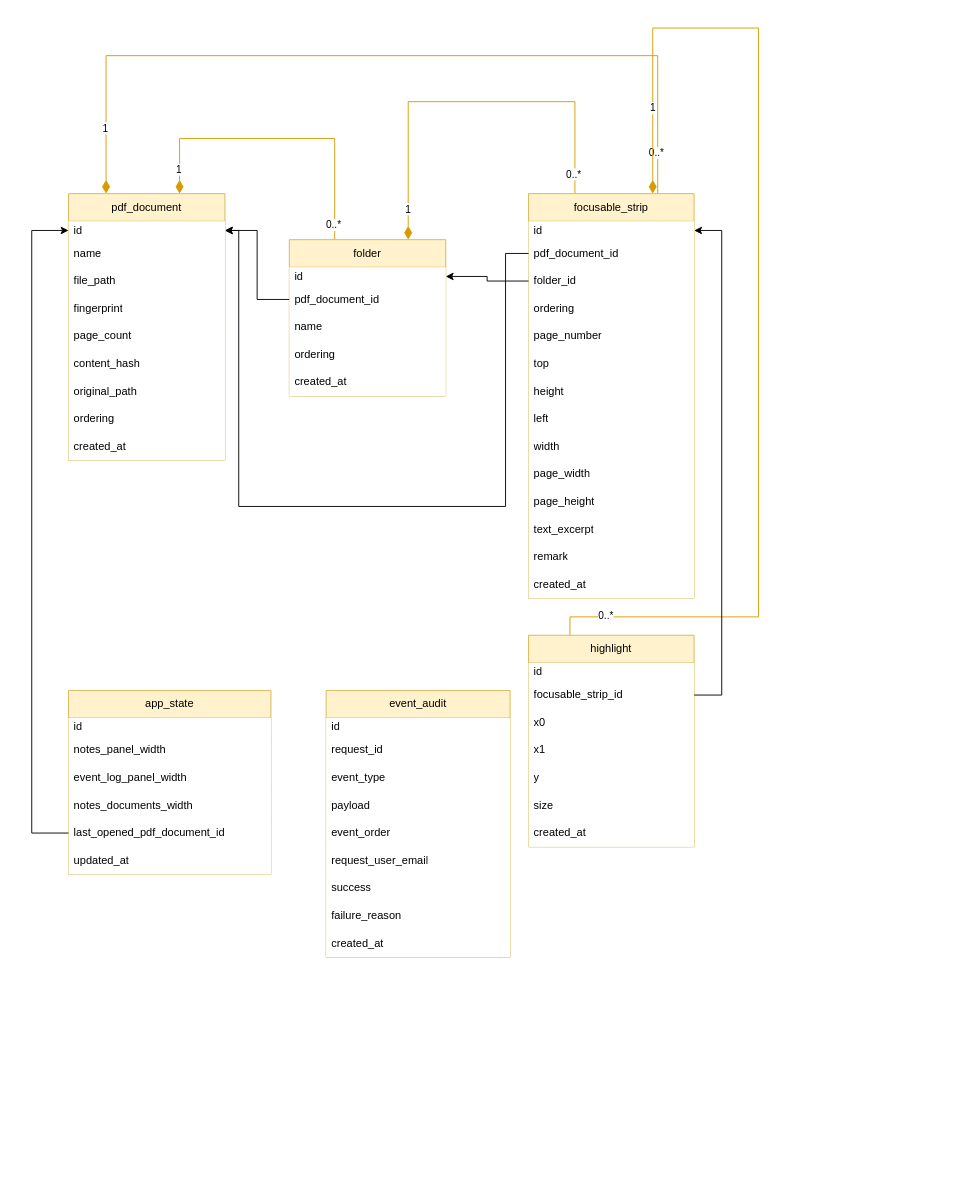
Before: backend/prisma/draw.io/schema.drawio in machingclee/focusable-pdf-reader, a draw.io diagram. Source tidied: cells renumbered, new cells numbered last; positions are measured from the earlier drawing's top-left corner, leaving out a move shared by most shapes. Both pictures are drawn from the tidied source at 92%, with x=0, y=0 at pixel (31, 28).
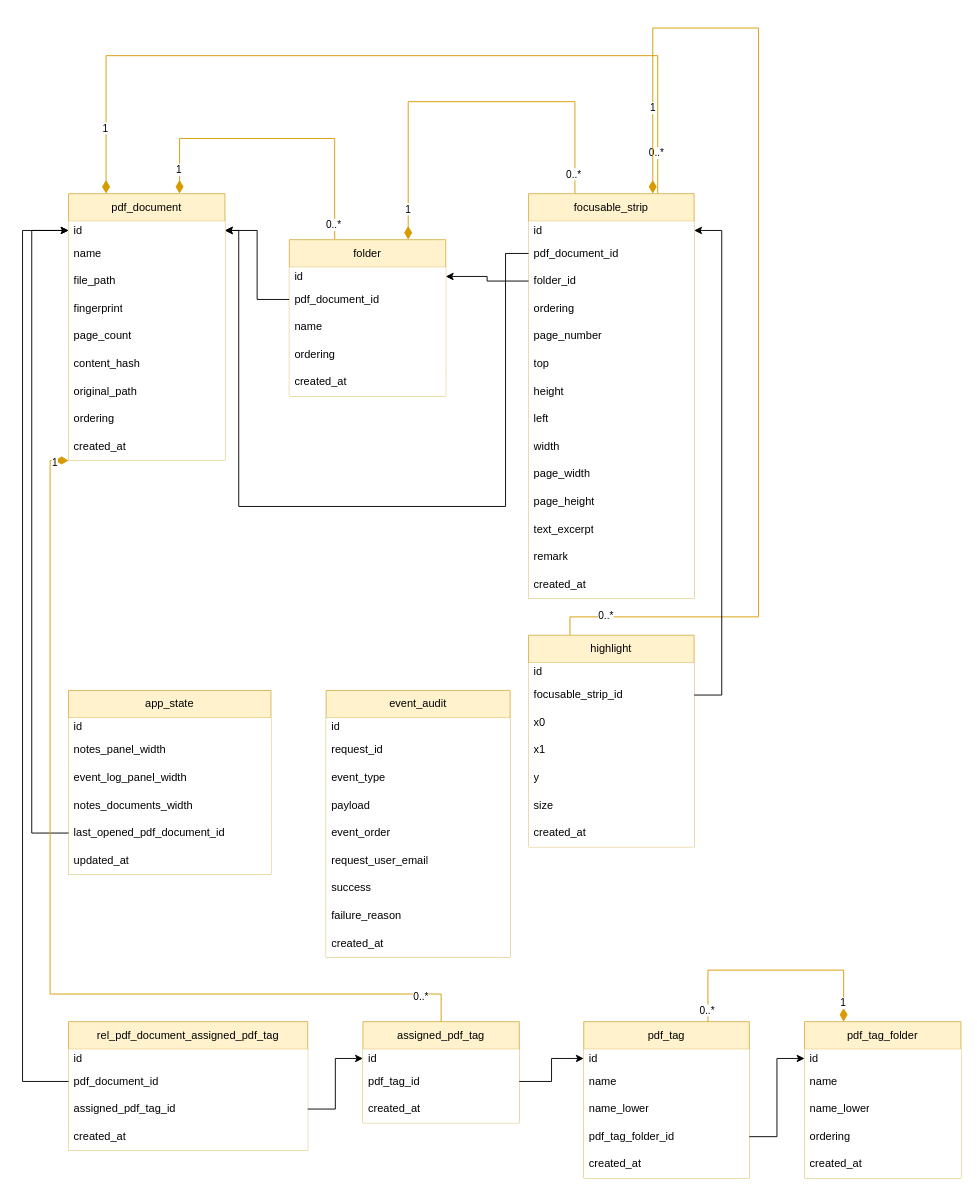
After the change.

The change refers to these unchanged cells:
```xml
<mxCell id="14" value="pdf_document" style="swimlane;fontStyle=0;horizontal=1;startSize=30;whiteSpace=wrap;html=1;fillColor=#fff2cc;strokeColor=#d6b656;" parent="1" vertex="1">
  <mxGeometry x="40" y="180" width="170" height="290" as="geometry" />
</mxCell>
<mxCell id="15" value="id" style="text;align=left;verticalAlign=middle;spacingLeft=4;spacingRight=4;overflow=hidden;points=[[0,0.5],[1,0.5]];portConstraint=eastwest;whiteSpace=wrap;html=1;fillColor=default;" parent="14" vertex="1">
  <mxGeometry y="30" width="170" height="20" as="geometry" />
</mxCell>
```

Change to the diagram source:
```diff
@@
+    <mxCell id="75" value="rel_pdf_document_assigned_pdf_tag" style="swimlane;fontStyle=0;horizontal=1;startSize=30;whiteSpace=wrap;html=1;fillColor=#fff2cc;strokeColor=#d6b656;" parent="1" vertex="1">
+      <mxGeometry x="40" y="1080" width="260" height="140" as="geometry" />
+    </mxCell>
+    <mxCell id="76" value="id" style="text;align=left;verticalAlign=middle;spacingLeft=4;spacingRight=4;overflow=hidden;whiteSpace=wrap;html=1;fillColor=default;" parent="75" vertex="1">
+      <mxGeometry y="30" width="260" height="20" as="geometry" />
+    </mxCell>
+    <mxCell id="77" value="pdf_document_id" style="text;align=left;verticalAlign=middle;spacingLeft=4;spacingRight=4;overflow=hidden;points=[[0,0.5],[1,0.5]];portConstraint=eastwest;whiteSpace=wrap;html=1;fillColor=default;" parent="75" vertex="1">
+      <mxGeometry y="50" width="260" height="30" as="geometry" />
+    </mxCell>
+    <mxCell id="78" value="assigned_pdf_tag_id" style="text;align=left;verticalAlign=middle;spacingLeft=4;spacingRight=4;overflow=hidden;points=[[0,0.5],[1,0.5]];portConstraint=eastwest;whiteSpace=wrap;html=1;fillColor=default;" parent="75" vertex="1">
+      <mxGeometry y="80" width="260" height="30" as="geometry" />
+    </mxCell>
+    <mxCell id="79" value="created_at" style="text;align=left;verticalAlign=middle;spacingLeft=4;spacingRight=4;overflow=hidden;whiteSpace=wrap;html=1;fillColor=default;" parent="75" vertex="1">
+      <mxGeometry y="110" width="260" height="30" as="geometry" />
+    </mxCell>
+    <mxCell id="80" value="assigned_pdf_tag" style="swimlane;fontStyle=0;horizontal=1;startSize=30;whiteSpace=wrap;html=1;fillColor=#fff2cc;strokeColor=#d6b656;" parent="1" vertex="1">
+      <mxGeometry x="360" y="1080" width="170" height="110" as="geometry" />
+    </mxCell>
+    <mxCell id="81" value="id" style="text;align=left;verticalAlign=middle;spacingLeft=4;spacingRight=4;overflow=hidden;points=[[0,0.5],[1,0.5]];portConstraint=eastwest;whiteSpace=wrap;html=1;fillColor=default;" parent="80" vertex="1">
+      <mxGeometry y="30" width="170" height="20" as="geometry" />
+    </mxCell>
+    <mxCell id="82" value="pdf_tag_id" style="text;align=left;verticalAlign=middle;spacingLeft=4;spacingRight=4;overflow=hidden;points=[[0,0.5],[1,0.5]];portConstraint=eastwest;whiteSpace=wrap;html=1;fillColor=default;" parent="80" vertex="1">
+      <mxGeometry y="50" width="170" height="30" as="geometry" />
+    </mxCell>
+    <mxCell id="83" value="created_at" style="text;align=left;verticalAlign=middle;spacingLeft=4;spacingRight=4;overflow=hidden;whiteSpace=wrap;html=1;fillColor=default;" parent="80" vertex="1">
+      <mxGeometry y="80" width="170" height="30" as="geometry" />
+    </mxCell>
+    <mxCell id="84" value="pdf_tag" style="swimlane;fontStyle=0;horizontal=1;startSize=30;whiteSpace=wrap;html=1;fillColor=#fff2cc;strokeColor=#d6b656;" parent="1" vertex="1">
+      <mxGeometry x="600" y="1080" width="180" height="170" as="geometry" />
+    </mxCell>
+    <mxCell id="85" value="id" style="text;align=left;verticalAlign=middle;spacingLeft=4;spacingRight=4;overflow=hidden;points=[[0,0.5],[1,0.5]];portConstraint=eastwest;whiteSpace=wrap;html=1;fillColor=default;" parent="84" vertex="1">
+      <mxGeometry y="30" width="180" height="20" as="geometry" />
+    </mxCell>
+    <mxCell id="86" value="name" style="text;align=left;verticalAlign=middle;spacingLeft=4;spacingRight=4;overflow=hidden;whiteSpace=wrap;html=1;fillColor=default;" parent="84" vertex="1">
+      <mxGeometry y="50" width="180" height="30" as="geometry" />
+    </mxCell>
+    <mxCell id="87" value="name_lower" style="text;align=left;verticalAlign=middle;spacingLeft=4;spacingRight=4;overflow=hidden;whiteSpace=wrap;html=1;fillColor=default;" parent="84" vertex="1">
+      <mxGeometry y="80" width="180" height="30" as="geometry" />
+    </mxCell>
+    <mxCell id="88" value="pdf_tag_folder_id" style="text;align=left;verticalAlign=middle;spacingLeft=4;spacingRight=4;overflow=hidden;points=[[0,0.5],[1,0.5]];portConstraint=eastwest;whiteSpace=wrap;html=1;fillColor=default;" parent="84" vertex="1">
+      <mxGeometry y="110" width="180" height="30" as="geometry" />
+    </mxCell>
+    <mxCell id="89" value="created_at" style="text;align=left;verticalAlign=middle;spacingLeft=4;spacingRight=4;overflow=hidden;whiteSpace=wrap;html=1;fillColor=default;" parent="84" vertex="1">
+      <mxGeometry y="140" width="180" height="30" as="geometry" />
+    </mxCell>
+    <mxCell id="90" value="pdf_tag_folder" style="swimlane;fontStyle=0;horizontal=1;startSize=30;whiteSpace=wrap;html=1;fillColor=#fff2cc;strokeColor=#d6b656;" parent="1" vertex="1">
+      <mxGeometry x="840" y="1080" width="170" height="170" as="geometry" />
+    </mxCell>
+    <mxCell id="91" value="id" style="text;align=left;verticalAlign=middle;spacingLeft=4;spacingRight=4;overflow=hidden;points=[[0,0.5],[1,0.5]];portConstraint=eastwest;whiteSpace=wrap;html=1;fillColor=default;" parent="90" vertex="1">
+      <mxGeometry y="30" width="170" height="20" as="geometry" />
+    </mxCell>
+    <mxCell id="92" value="name" style="text;align=left;verticalAlign=middle;spacingLeft=4;spacingRight=4;overflow=hidden;whiteSpace=wrap;html=1;fillColor=default;" parent="90" vertex="1">
+      <mxGeometry y="50" width="170" height="30" as="geometry" />
+    </mxCell>
+    <mxCell id="93" value="name_lower" style="text;align=left;verticalAlign=middle;spacingLeft=4;spacingRight=4;overflow=hidden;whiteSpace=wrap;html=1;fillColor=default;" parent="90" vertex="1">
+      <mxGeometry y="80" width="170" height="30" as="geometry" />
+    </mxCell>
+    <mxCell id="94" value="ordering" style="text;align=left;verticalAlign=middle;spacingLeft=4;spacingRight=4;overflow=hidden;whiteSpace=wrap;html=1;fillColor=default;" parent="90" vertex="1">
+      <mxGeometry y="110" width="170" height="30" as="geometry" />
+    </mxCell>
+    <mxCell id="95" value="created_at" style="text;align=left;verticalAlign=middle;spacingLeft=4;spacingRight=4;overflow=hidden;whiteSpace=wrap;html=1;fillColor=default;" parent="90" vertex="1">
+      <mxGeometry y="140" width="170" height="30" as="geometry" />
+    </mxCell>
+    <mxCell id="96" style="edgeStyle=orthogonalEdgeStyle;rounded=0;jettySize=auto;html=1;exitX=0;exitY=0.5;exitDx=0;exitDy=0;entryX=0;entryY=0.5;entryDx=0;entryDy=0;" parent="1" edge="1" source="77" target="15">
+      <mxGeometry relative="1" as="geometry">
+        <Array as="points">
+          <mxPoint x="-10" y="1145" />
+          <mxPoint x="-10" y="220" />
+        </Array>
+      </mxGeometry>
+    </mxCell>
+    <mxCell id="97" style="edgeStyle=orthogonalEdgeStyle;rounded=0;jettySize=auto;html=1;exitX=1;exitY=0.5;exitDx=0;exitDy=0;entryX=0;entryY=0.5;entryDx=0;entryDy=0;" parent="1" edge="1" source="78" target="81">
+      <mxGeometry relative="1" as="geometry">
+        <Array as="points">
+          <mxPoint x="330" y="1175" />
+          <mxPoint x="330" y="1120" />
+        </Array>
+      </mxGeometry>
+    </mxCell>
+    <mxCell id="98" style="edgeStyle=orthogonalEdgeStyle;rounded=0;jettySize=auto;html=1;exitX=1;exitY=0.5;exitDx=0;exitDy=0;entryX=0;entryY=0.5;entryDx=0;entryDy=0;" parent="1" edge="1" source="82" target="85">
+      <mxGeometry relative="1" as="geometry">
+        <Array as="points">
+          <mxPoint x="565" y="1145" />
+          <mxPoint x="565" y="1120" />
+        </Array>
+      </mxGeometry>
+    </mxCell>
+    <mxCell id="99" style="edgeStyle=orthogonalEdgeStyle;rounded=0;jettySize=auto;html=1;exitX=1;exitY=0.5;exitDx=0;exitDy=0;entryX=0;entryY=0.5;entryDx=0;entryDy=0;" parent="1" edge="1" source="88" target="91">
+      <mxGeometry relative="1" as="geometry">
+        <Array as="points">
+          <mxPoint x="810" y="1205" />
+          <mxPoint x="810" y="1120" />
+        </Array>
+      </mxGeometry>
+    </mxCell>
+    <mxCell id="100" style="edgeStyle=orthogonalEdgeStyle;rounded=0;jettySize=auto;html=1;exitX=0;exitY=1;exitDx=0;exitDy=0;entryX=0.5;entryY=0;entryDx=0;entryDy=0;fillColor=#ffe6cc;strokeColor=#d79b00;startArrow=diamondThin;startFill=1;startSize=12;endArrow=none;endFill=0;" parent="1" edge="1" source="14" target="80">
+      <mxGeometry relative="1" as="geometry">
+        <Array as="points">
+          <mxPoint x="20" y="470" />
+          <mxPoint x="20" y="1050" />
+          <mxPoint x="445" y="1050" />
+        </Array>
+      </mxGeometry>
+    </mxCell>
+    <mxCell id="101" value="1" style="edgeLabel;html=1;align=center;verticalAlign=middle;" parent="100" vertex="1">
+      <mxGeometry x="-0.97" y="1" relative="1" as="geometry" />
+    </mxCell>
+    <mxCell id="102" value="0..*" style="edgeLabel;html=1;align=center;verticalAlign=middle;" parent="100" vertex="1">
+      <mxGeometry x="0.9" y="-2" relative="1" as="geometry" />
+    </mxCell>
+    <mxCell id="103" style="edgeStyle=orthogonalEdgeStyle;rounded=0;jettySize=auto;html=1;exitX=0.25;exitY=0;exitDx=0;exitDy=0;entryX=0.75;entryY=0;entryDx=0;entryDy=0;fillColor=#ffe6cc;strokeColor=#d79b00;startArrow=diamondThin;startFill=1;startSize=12;endArrow=none;endFill=0;" parent="1" edge="1" source="90" target="84">
+      <mxGeometry relative="1" as="geometry">
+        <Array as="points">
+          <mxPoint x="882" y="1024" />
+          <mxPoint x="735" y="1024" />
+        </Array>
+      </mxGeometry>
+    </mxCell>
+    <mxCell id="104" value="1" style="edgeLabel;html=1;align=center;verticalAlign=middle;" parent="103" vertex="1">
+      <mxGeometry x="-0.84" y="1" relative="1" as="geometry" />
+    </mxCell>
+    <mxCell id="105" value="0..*" style="edgeLabel;html=1;align=center;verticalAlign=middle;" parent="103" vertex="1">
+      <mxGeometry x="0.9" y="-2" relative="1" as="geometry" />
+    </mxCell>
```
